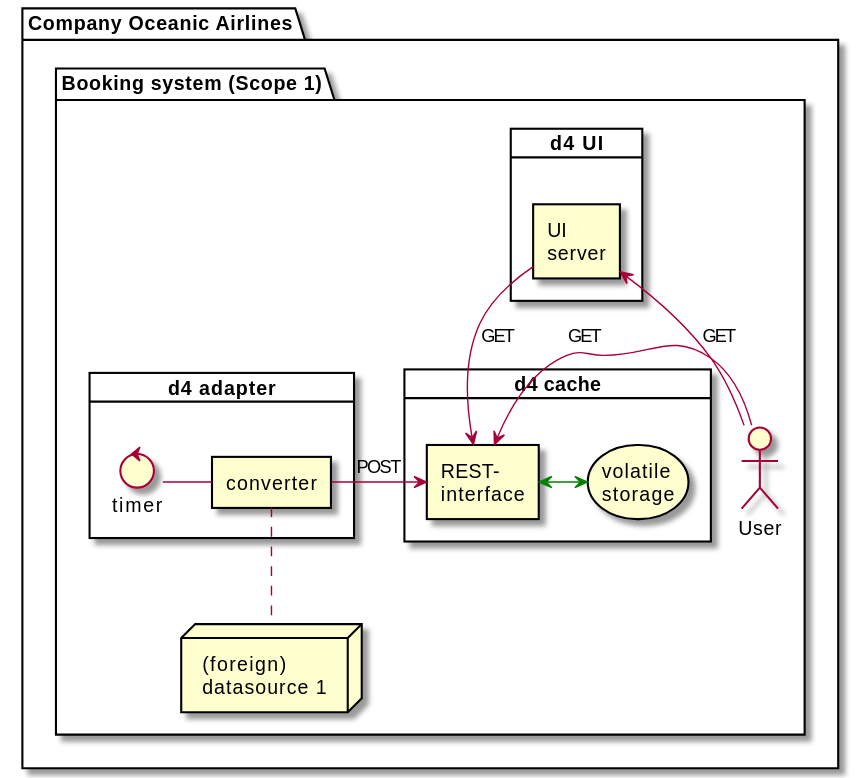
The PlantUML diagram docs/deployment/plantuml/pictures/compay_oceanic01.svg in smart-energy-di/d4, before a commit. Its diagram source:
```plantuml
@startuml
!include include/d4_inc_scope.puml

package co as "Company Oceanic Airlines" {
    $d4scope(co, scp1, "Booking system (Scope 1)", $show_ds1=true, $show_ds2=false, $show_ds3=false, $show_rproxy=false, $show_cache=true, $show_ui=true, $show_ui_user=true, $show_adpt=true)
}

@enduml
```
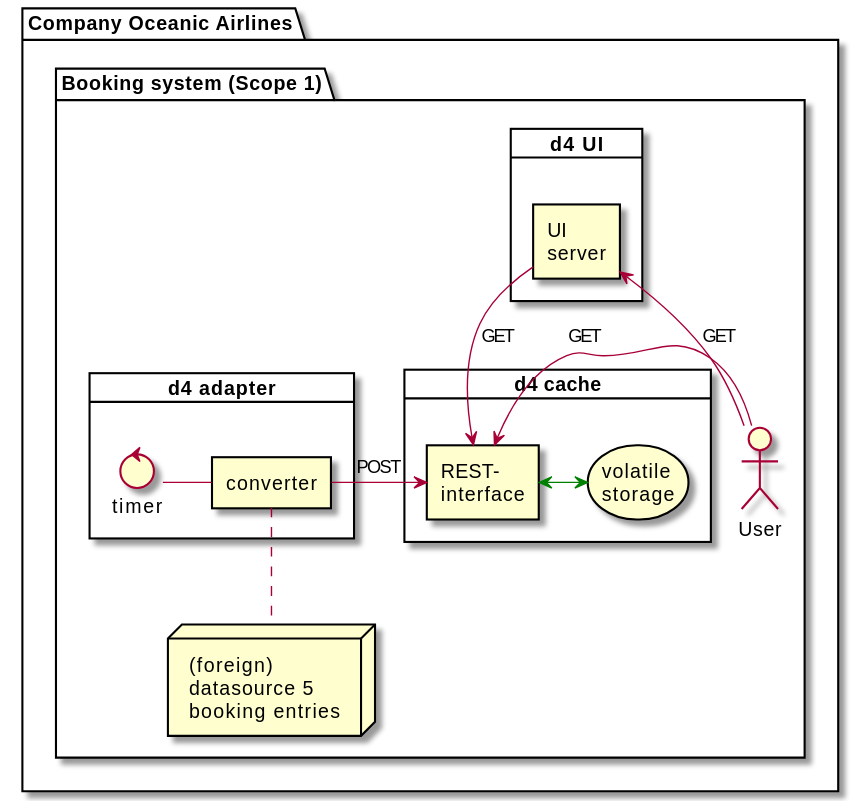
Above is the later version.

Diff of the diagram source:
```diff
@@ -2,7 +2,7 @@
 !include include/d4_inc_scope.puml
 
 package co as "Company Oceanic Airlines" {
-    $d4scope(co, scp1, "Booking system (Scope 1)", $show_ds1=true, $show_ds2=false, $show_ds3=false, $show_rproxy=false, $show_cache=true, $show_ui=true, $show_ui_user=true, $show_adpt=true)
+    $d4scope(co, scp1, "Booking system (Scope 1)", $show_ds5=true, $show_rproxy=false, $show_cache=true, $show_ui=true, $show_ui_user=true, $show_adpt=true)
 }
 
 @enduml
```
